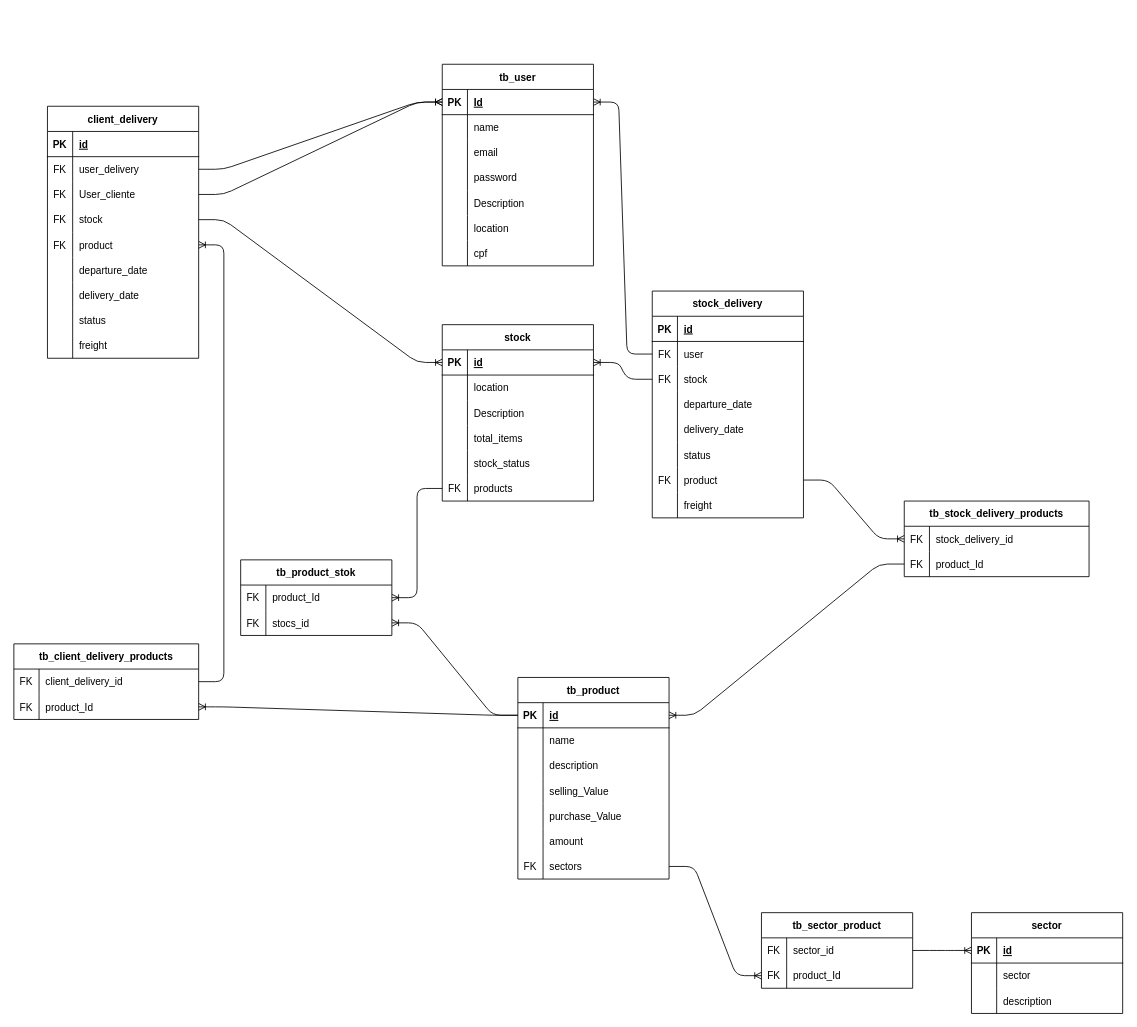
This is doc/DiagramaBanco.drawio from ulisses953/GerenciadorEstoqueBackEnd, a draw.io file, before an edit. Source tidied: cells renumbered, new cells numbered last; positions are measured from the earlier drawing's top-left corner, leaving out a move shared by most shapes. Both pictures are drawn from the tidied source at 84%, with x=0, y=0 at pixel (13, 64).
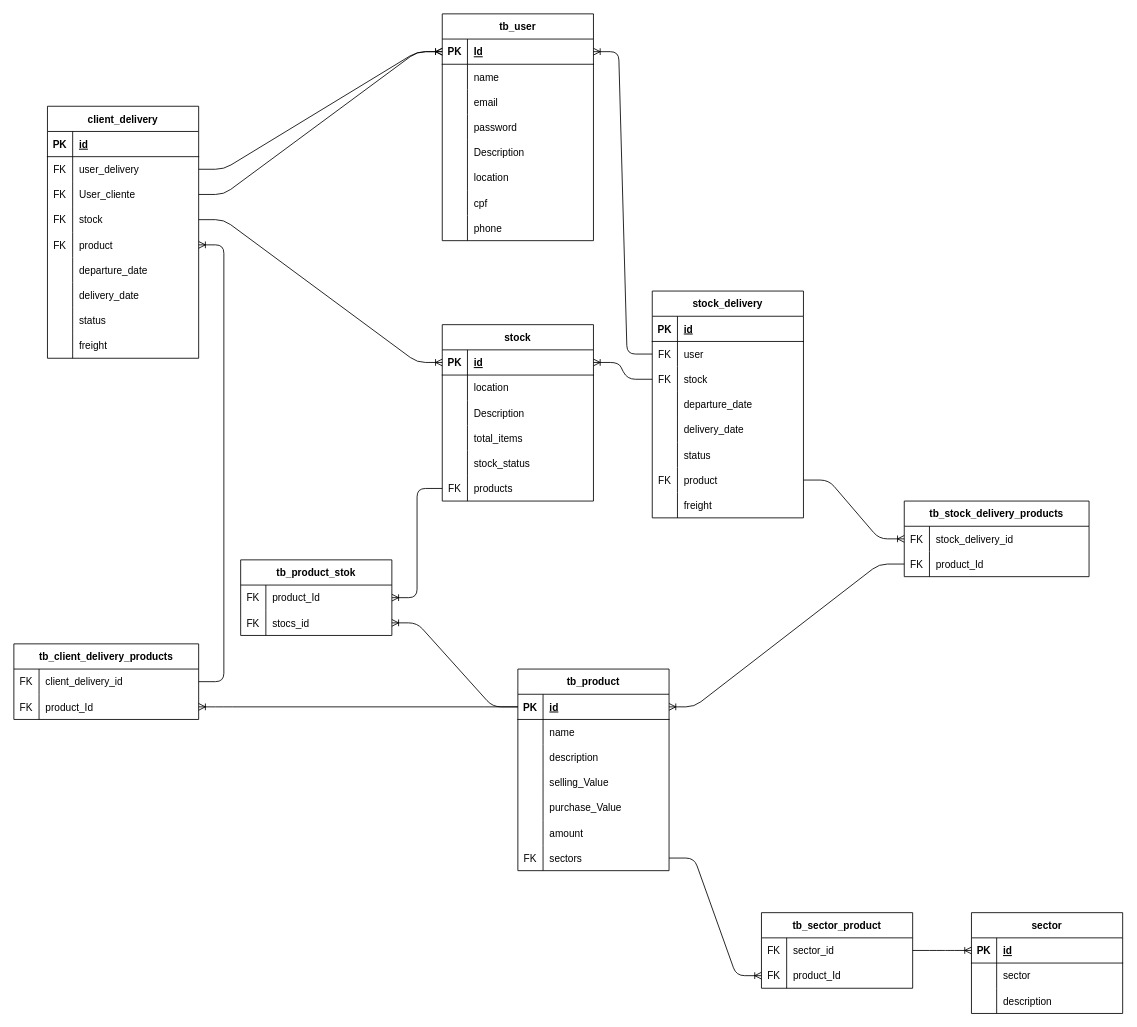
The same page after the edit.

Diff of the diagram source:
```diff
@@
     <mxCell id="2" value="tb_user" style="shape=table;startSize=30;childLayout=tableLayout;rowLines=0;fontStyle=1;align=center;" parent="1" vertex="1">
-      <mxGeometry x="510" width="180" height="240" as="geometry" />
+      <mxGeometry x="510" y="-60" width="180" height="270" as="geometry" />
     </mxCell>
@@
+    <mxCell id="169" style="shape=tableRow;horizontal=0;startSize=0;swimlaneHead=0;swimlaneBody=0;fillColor=none;top=0;left=0;right=0;bottom=0;" parent="2" vertex="1">
+      <mxGeometry y="240" width="180" height="30" as="geometry" />
+    </mxCell>
+    <mxCell id="170" style="shape=partialRectangle;fillColor=none;top=0;left=0;bottom=0;right=0;overflow=hidden;" parent="169" vertex="1">
+      <mxGeometry width="30" height="30" as="geometry" />
+    </mxCell>
+    <mxCell id="171" value="phone" style="shape=partialRectangle;fillColor=none;top=0;left=0;bottom=0;right=0;align=left;spacingLeft=6;overflow=hidden;" parent="169" vertex="1">
+      <mxGeometry x="30" width="150" height="30" as="geometry" />
+    </mxCell>
     <mxCell id="24" value="tb_product" style="shape=table;startSize=30;childLayout=tableLayout;rowLines=0;fontStyle=1;align=center;" parent="1" vertex="1">
-      <mxGeometry x="600" y="730" width="180" height="240" as="geometry" />
+      <mxGeometry x="600" y="720" width="180" height="240" as="geometry" />
     </mxCell>
```
